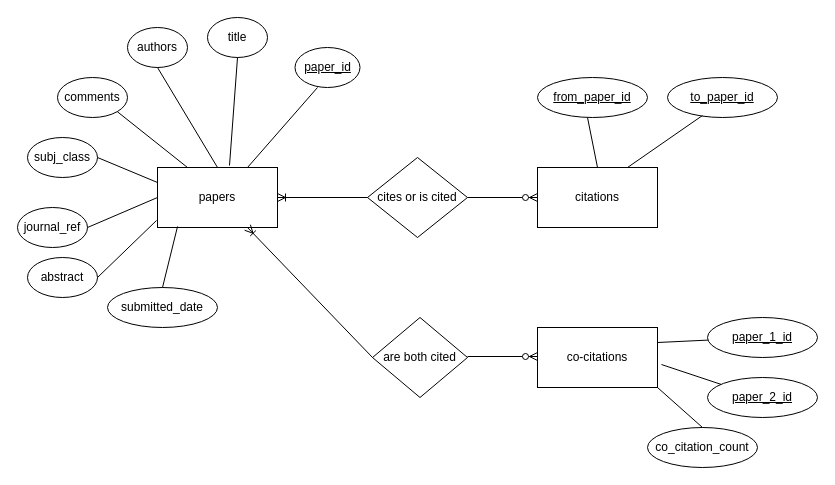
Earlier version of the draw.io diagram ER.drawio (huaihuaiweng/CS6400-project). Source tidied: cells renumbered, new cells numbered last; positions are measured from the earlier drawing's top-left corner, leaving out a move shared by most shapes. Both pictures are drawn from the tidied source at 100%, with x=0, y=0 at pixel (17, 17).
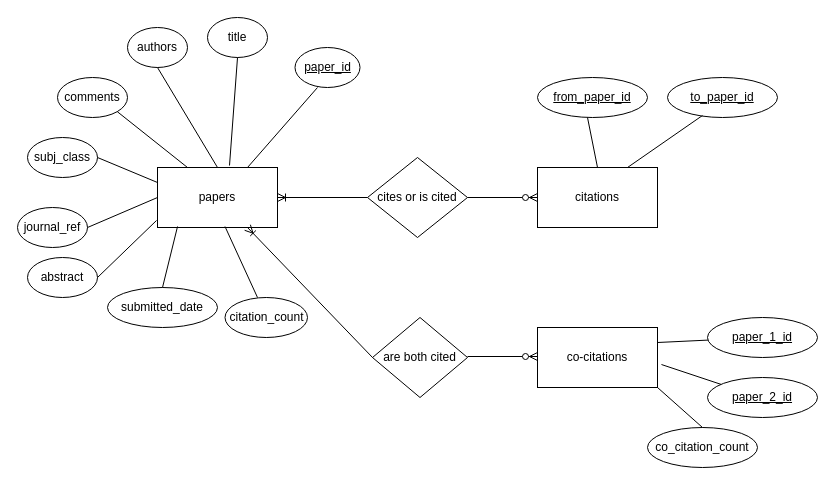
The same page after the edit.

The edit, as a diff of the source:
```diff
@@
+    <mxCell id="37" style="endArrow=none;html=1;rounded=0;exitX=0.167;exitY=0.983;exitDx=0;exitDy=0;exitPerimeter=0;" parent="1" edge="1">
+      <mxGeometry relative="1" as="geometry">
+        <mxPoint x="207.5" y="209" as="sourcePoint" />
+        <mxPoint x="240" y="280" as="targetPoint" />
+      </mxGeometry>
+    </mxCell>
+    <mxCell id="38" value="citation_count" style="ellipse;whiteSpace=wrap;html=1;" parent="1" vertex="1">
+      <mxGeometry x="207.5" y="280" width="82.5" height="40" as="geometry" />
+    </mxCell>
```
